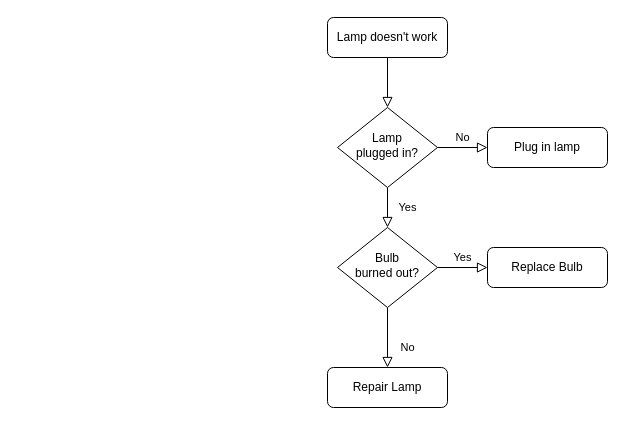
Hawski/Webapplikasjoner keeps this draw.io diagram as Oppgave_1/Untitled Diagram.drawio. Above is the earlier version. Source tidied: cells renumbered, new cells numbered last; positions are measured from the earlier drawing's top-left corner, leaving out a move shared by most shapes. Both pictures are drawn from the tidied source at 100%, with x=0, y=0 at pixel (327, 17).
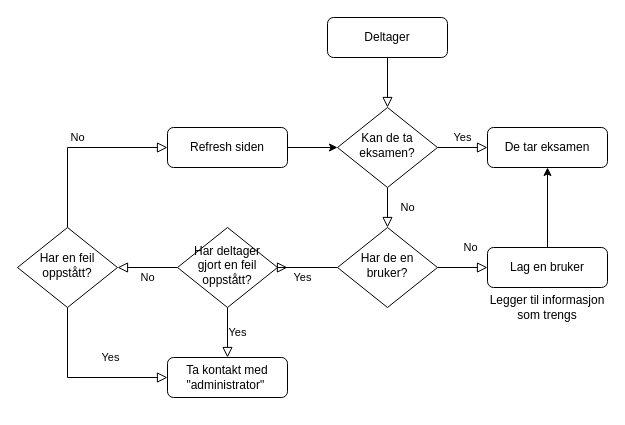
Above is the later version.

What changed in the source:
```diff
@@
-    <mxCell id="3" value="Lamp doesn't work" style="rounded=1;whiteSpace=wrap;html=1;fontSize=12;glass=0;strokeWidth=1;shadow=0;" parent="1" vertex="1">
+    <mxCell id="3" value="Deltager" style="rounded=1;whiteSpace=wrap;html=1;fontSize=12;glass=0;strokeWidth=1;shadow=0;" parent="1" vertex="1">
       <mxGeometry width="120" height="40" as="geometry" />
     </mxCell>
-    <mxCell id="4" value="Yes" style="rounded=0;html=1;jettySize=auto;fontSize=11;endArrow=block;endFill=0;endSize=8;strokeWidth=1;shadow=0;labelBackgroundColor=none;edgeStyle=orthogonalEdgeStyle;" parent="1" edge="1" source="6" target="10">
+    <mxCell id="4" value="No" style="rounded=0;html=1;jettySize=auto;fontSize=11;endArrow=block;endFill=0;endSize=8;strokeWidth=1;shadow=0;labelBackgroundColor=none;edgeStyle=orthogonalEdgeStyle;" parent="1" edge="1" source="6" target="10">
       <mxGeometry y="20" relative="1" as="geometry" />
     </mxCell>
-    <mxCell id="5" value="No" style="edgeStyle=orthogonalEdgeStyle;rounded=0;html=1;jettySize=auto;fontSize=11;endArrow=block;endFill=0;endSize=8;strokeWidth=1;shadow=0;labelBackgroundColor=none;" parent="1" edge="1" source="6" target="7">
+    <mxCell id="5" value="Yes" style="edgeStyle=orthogonalEdgeStyle;rounded=0;html=1;jettySize=auto;fontSize=11;endArrow=block;endFill=0;endSize=8;strokeWidth=1;shadow=0;labelBackgroundColor=none;" parent="1" edge="1" source="6" target="7">
       <mxGeometry y="10" relative="1" as="geometry" />
     </mxCell>
-    <mxCell id="6" value="Lamp&lt;br&gt;plugged in?" style="rhombus;whiteSpace=wrap;html=1;shadow=0;fontFamily=Helvetica;fontSize=12;align=center;strokeWidth=1;spacing=6;spacingTop=-4;" parent="1" vertex="1">
+    <mxCell id="6" value="Kan de ta eksamen?" style="rhombus;whiteSpace=wrap;html=1;shadow=0;fontFamily=Helvetica;fontSize=12;align=center;strokeWidth=1;spacing=6;spacingTop=-4;" parent="1" vertex="1">
       <mxGeometry x="10" y="90" width="100" height="80" as="geometry" />
     </mxCell>
-    <mxCell id="7" value="Plug in lamp" style="rounded=1;whiteSpace=wrap;html=1;fontSize=12;glass=0;strokeWidth=1;shadow=0;" parent="1" vertex="1">
+    <mxCell id="7" value="De tar eksamen" style="rounded=1;whiteSpace=wrap;html=1;fontSize=12;glass=0;strokeWidth=1;shadow=0;" parent="1" vertex="1">
       <mxGeometry x="160" y="110" width="120" height="40" as="geometry" />
     </mxCell>
-    <mxCell id="8" value="No" style="rounded=0;html=1;jettySize=auto;fontSize=11;endArrow=block;endFill=0;endSize=8;strokeWidth=1;shadow=0;labelBackgroundColor=none;edgeStyle=orthogonalEdgeStyle;" parent="1" edge="1" source="10" target="11">
+    <mxCell id="8" value="No" style="rounded=0;html=1;jettySize=auto;fontSize=11;endArrow=block;endFill=0;endSize=8;strokeWidth=1;shadow=0;labelBackgroundColor=none;edgeStyle=orthogonalEdgeStyle;entryX=0;entryY=0.5;entryDx=0;entryDy=0;" parent="1" edge="1" source="10" target="11">
       <mxGeometry x="0.33" y="20" relative="1" as="geometry" />
     </mxCell>
-    <mxCell id="9" value="Yes" style="edgeStyle=orthogonalEdgeStyle;rounded=0;html=1;jettySize=auto;fontSize=11;endArrow=block;endFill=0;endSize=8;strokeWidth=1;shadow=0;labelBackgroundColor=none;" parent="1" edge="1" source="10" target="12">
-      <mxGeometry y="10" relative="1" as="geometry" />
+    <mxCell id="9" value="Yes" style="edgeStyle=orthogonalEdgeStyle;rounded=0;html=1;jettySize=auto;fontSize=11;endArrow=block;endFill=0;endSize=8;strokeWidth=1;shadow=0;labelBackgroundColor=none;" parent="1" edge="1" source="10">
+      <mxGeometry y="10" relative="1" as="geometry">
+        <mxPoint x="-40" y="250" as="targetPoint" />
+        <Array as="points">
+          <mxPoint x="-50" y="250" />
+          <mxPoint x="-50" y="250" />
+        </Array>
+      </mxGeometry>
     </mxCell>
-    <mxCell id="10" value="Bulb&lt;br&gt;burned out?" style="rhombus;whiteSpace=wrap;html=1;shadow=0;fontFamily=Helvetica;fontSize=12;align=center;strokeWidth=1;spacing=6;spacingTop=-4;" parent="1" vertex="1">
+    <mxCell id="10" value="&lt;span&gt;Har de en bruker?&lt;/span&gt;" style="rhombus;whiteSpace=wrap;html=1;shadow=0;fontFamily=Helvetica;fontSize=12;align=center;strokeWidth=1;spacing=6;spacingTop=-4;" parent="1" vertex="1">
       <mxGeometry x="10" y="210" width="100" height="80" as="geometry" />
     </mxCell>
-    <mxCell id="11" value="Repair Lamp" style="rounded=1;whiteSpace=wrap;html=1;fontSize=12;glass=0;strokeWidth=1;shadow=0;" parent="1" vertex="1">
-      <mxGeometry y="350" width="120" height="40" as="geometry" />
+    <mxCell id="11" value="Lag en bruker" style="rounded=1;whiteSpace=wrap;html=1;fontSize=12;glass=0;strokeWidth=1;shadow=0;" parent="1" vertex="1">
+      <mxGeometry x="160" y="230" width="120" height="40" as="geometry" />
     </mxCell>
-    <mxCell id="12" value="Replace Bulb" style="rounded=1;whiteSpace=wrap;html=1;fontSize=12;glass=0;strokeWidth=1;shadow=0;" parent="1" vertex="1">
-      <mxGeometry x="160" y="230" width="120" height="40" as="geometry" />
-    </mxCell>
+    <mxCell id="13" value="Har en feil oppstått?" style="rhombus;whiteSpace=wrap;html=1;shadow=0;fontFamily=Helvetica;fontSize=12;align=center;strokeWidth=1;spacing=6;spacingTop=-4;" parent="1" vertex="1">
+      <mxGeometry x="-310" y="210" width="100" height="80" as="geometry" />
+    </mxCell>
+    <mxCell id="14" value="Ta kontakt med &quot;administrator&quot;&amp;nbsp;" style="rounded=1;whiteSpace=wrap;html=1;fontSize=12;glass=0;strokeWidth=1;shadow=0;" parent="1" vertex="1">
+      <mxGeometry x="-160" y="340" width="120" height="40" as="geometry" />
+    </mxCell>
+    <mxCell id="15" value="Yes" style="rounded=0;html=1;jettySize=auto;fontSize=11;endArrow=block;endFill=0;endSize=8;strokeWidth=1;shadow=0;labelBackgroundColor=none;edgeStyle=orthogonalEdgeStyle;entryX=0;entryY=0.5;entryDx=0;entryDy=0;exitX=0.5;exitY=1;exitDx=0;exitDy=0;" parent="1" edge="1" source="13" target="14">
+      <mxGeometry x="0.33" y="20" relative="1" as="geometry" />
+    </mxCell>
+    <mxCell id="16" style="endArrow=classic;html=1;exitX=0.5;exitY=0;exitDx=0;exitDy=0;entryX=0.5;entryY=1;entryDx=0;entryDy=0;" parent="1" edge="1" source="11" target="7">
+      <mxGeometry relative="1" as="geometry" />
+    </mxCell>
+    <mxCell id="17" value="Refresh siden" style="rounded=1;whiteSpace=wrap;html=1;fontSize=12;glass=0;strokeWidth=1;shadow=0;" parent="1" vertex="1">
+      <mxGeometry x="-160" y="110" width="120" height="40" as="geometry" />
+    </mxCell>
+    <mxCell id="18" value="No" style="edgeStyle=orthogonalEdgeStyle;rounded=0;html=1;jettySize=auto;fontSize=11;endArrow=block;endFill=0;endSize=8;strokeWidth=1;shadow=0;labelBackgroundColor=none;entryX=1;entryY=0.5;entryDx=0;entryDy=0;exitX=0;exitY=0.5;exitDx=0;exitDy=0;" parent="1" edge="1" source="21" target="13">
+      <mxGeometry y="10" relative="1" as="geometry" />
+    </mxCell>
+    <mxCell id="19" style="endArrow=classic;html=1;entryX=0;entryY=0.5;entryDx=0;entryDy=0;exitX=1;exitY=0.5;exitDx=0;exitDy=0;" parent="1" edge="1" source="17" target="6">
+      <mxGeometry relative="1" as="geometry" />
+    </mxCell>
+    <mxCell id="20" value="Legger til informasjon som trengs" style="text;html=1;strokeColor=none;fillColor=none;align=center;verticalAlign=middle;whiteSpace=wrap;rounded=0;" parent="1" vertex="1">
+      <mxGeometry x="160" y="280" width="120" height="20" as="geometry" />
+    </mxCell>
+    <mxCell id="21" value="Har deltager gjort en feil oppstått?" style="rhombus;whiteSpace=wrap;html=1;shadow=0;fontFamily=Helvetica;fontSize=12;align=center;strokeWidth=1;spacing=6;spacingTop=-4;" parent="1" vertex="1">
+      <mxGeometry x="-150" y="210" width="100" height="80" as="geometry" />
+    </mxCell>
+    <mxCell id="22" value="No" style="edgeStyle=orthogonalEdgeStyle;rounded=0;html=1;jettySize=auto;fontSize=11;endArrow=block;endFill=0;endSize=8;strokeWidth=1;shadow=0;labelBackgroundColor=none;entryX=0;entryY=0.5;entryDx=0;entryDy=0;exitX=0.5;exitY=0;exitDx=0;exitDy=0;" parent="1" edge="1" source="13" target="17">
+      <mxGeometry y="10" relative="1" as="geometry" />
+    </mxCell>
+    <mxCell id="23" value="Yes" style="edgeStyle=orthogonalEdgeStyle;rounded=0;html=1;jettySize=auto;fontSize=11;endArrow=block;endFill=0;endSize=8;strokeWidth=1;shadow=0;labelBackgroundColor=none;exitX=0.5;exitY=1;exitDx=0;exitDy=0;entryX=0.5;entryY=0;entryDx=0;entryDy=0;" parent="1" edge="1" source="21" target="14">
+      <mxGeometry y="10" relative="1" as="geometry" />
+    </mxCell>
```
